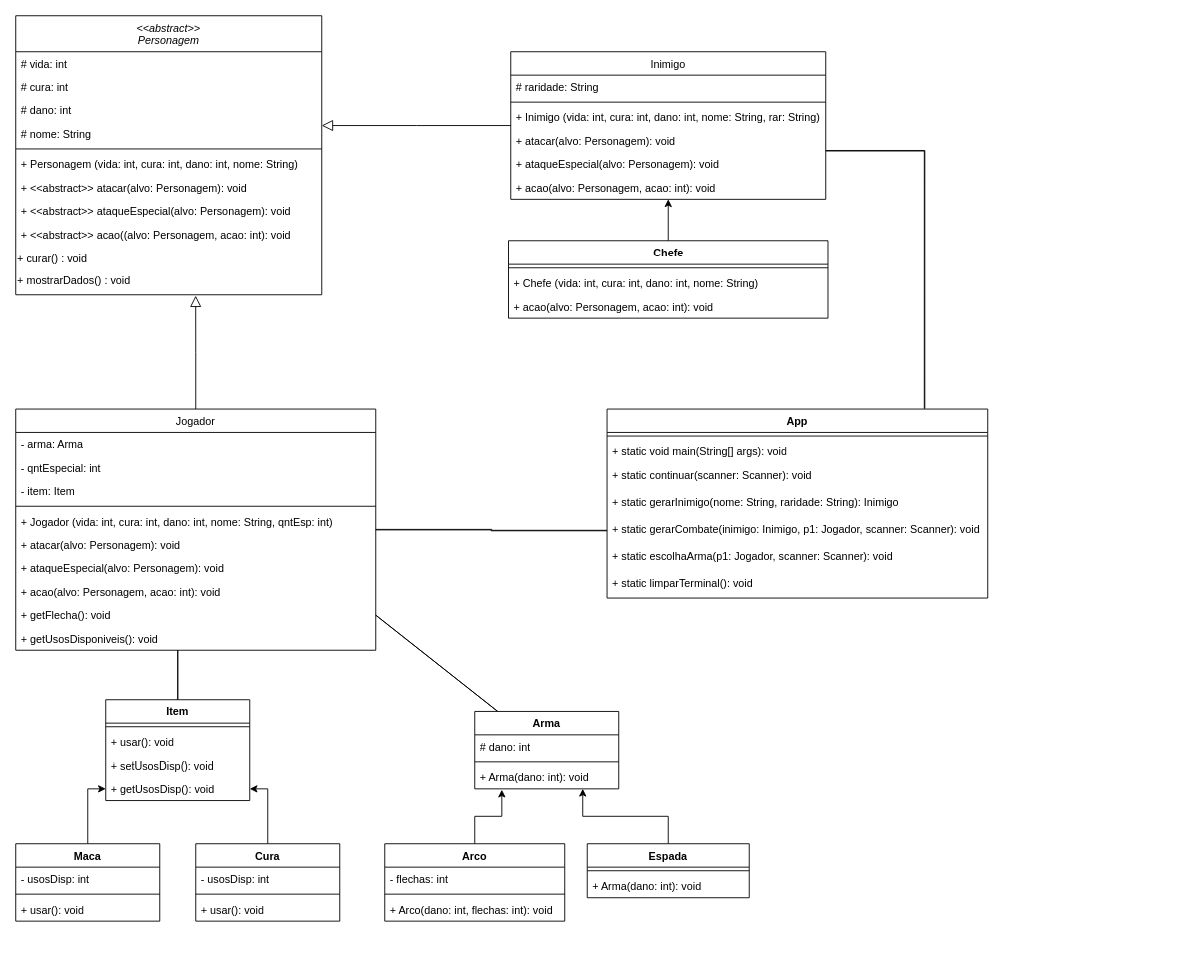
Above: Diagrama sem nome.drawio in RomyMartinez/provaDePOO (draw.io), before the change. Source tidied: cells renumbered, new cells numbered last; positions are measured from the earlier drawing's top-left corner, leaving out a move shared by most shapes. Both pictures are drawn from the tidied source at 90%, with x=0, y=0 at pixel (15, 15).
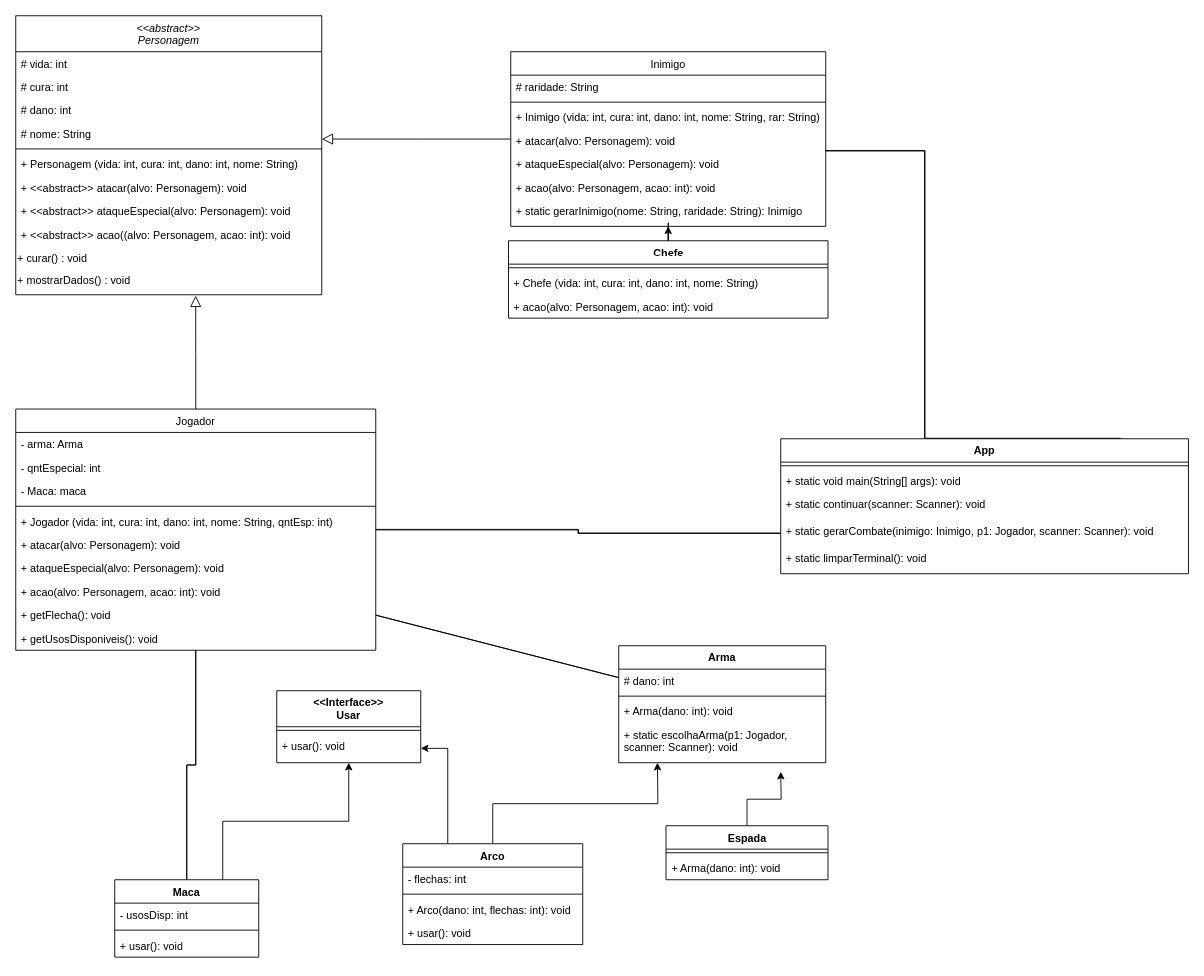
Above is the later version.

Unchanged cells that the change refers to:
```xml
<mxCell id="15" value="Jogador" style="swimlane;fontStyle=0;align=center;verticalAlign=top;horizontal=1;startSize=26;rounded=0;shadow=0;strokeWidth=1;" parent="1" vertex="1">
  <mxGeometry y="437" width="400" height="268" as="geometry" />
</mxCell>
<mxCell id="25" value="+ getUsosDisponiveis(): void" style="text;align=left;verticalAlign=top;spacingLeft=4;spacingRight=4;overflow=hidden;points=[[0,0.5],[1,0.5]];portConstraint=eastwest;" parent="15" vertex="1">
  <mxGeometry y="242" width="400" height="26" as="geometry" />
</mxCell>
```

The edit, as a diff of the source:
```diff
@@
-    <mxCell id="18" value="- item: Item&#10;" style="text;align=left;verticalAlign=top;spacingLeft=4;spacingRight=4;overflow=hidden;" parent="15" vertex="1">
+    <mxCell id="18" value="- Maca: maca&#10;" style="text;align=left;verticalAlign=top;spacingLeft=4;spacingRight=4;overflow=hidden;" parent="15" vertex="1">
       <mxGeometry y="78" width="400" height="26" as="geometry" />
     </mxCell>
@@
     <mxCell id="28" value="Inimigo" style="swimlane;fontStyle=0;align=center;verticalAlign=top;horizontal=1;startSize=26;rounded=0;shadow=0;strokeWidth=1;" parent="1" vertex="1">
-      <mxGeometry x="550" y="40" width="350" height="164" as="geometry" />
+      <mxGeometry x="550" y="40" width="350" height="194" as="geometry" />
     </mxCell>
@@
+    <mxCell id="75" value="+&amp;nbsp;static gerarInimigo(nome: String, raridade: String): Inimigo" style="text;strokeColor=none;fillColor=none;align=left;verticalAlign=top;spacingLeft=4;spacingRight=4;overflow=hidden;whiteSpace=wrap;html=1;" parent="28" vertex="1">
+      <mxGeometry y="164" width="350" height="30" as="geometry" />
+    </mxCell>
@@
     <mxCell id="37" value="Arma" style="swimlane;fontStyle=1;align=center;verticalAlign=top;horizontal=1;startSize=26;whiteSpace=wrap;html=1;" parent="1" vertex="1">
-      <mxGeometry x="510" y="773" width="160" height="86" as="geometry" />
+      <mxGeometry x="670" y="700" width="230" height="130" as="geometry" />
     </mxCell>
     <mxCell id="38" value="# dano: int" style="text;strokeColor=none;fillColor=none;align=left;verticalAlign=top;spacingLeft=4;spacingRight=4;overflow=hidden;whiteSpace=wrap;html=1;" parent="37" vertex="1">
-      <mxGeometry y="26" width="160" height="26" as="geometry" />
+      <mxGeometry y="26" width="230" height="26" as="geometry" />
     </mxCell>
     <mxCell id="39" style="line;strokeWidth=1;fillColor=none;align=left;verticalAlign=middle;spacingTop=-1;spacingLeft=3;spacingRight=3;labelPosition=right;strokeColor=inherit;" parent="37" vertex="1">
-      <mxGeometry y="52" width="160" height="8" as="geometry" />
+      <mxGeometry y="52" width="230" height="8" as="geometry" />
     </mxCell>
     <mxCell id="40" value="+ Arma(dano: int): void" style="text;strokeColor=none;fillColor=none;align=left;verticalAlign=top;spacingLeft=4;spacingRight=4;overflow=hidden;points=[[0,0.5],[1,0.5]];portConstraint=eastwest;whiteSpace=wrap;html=1;" parent="37" vertex="1">
-      <mxGeometry y="60" width="160" height="26" as="geometry" />
+      <mxGeometry y="60" width="230" height="26" as="geometry" />
     </mxCell>
+    <mxCell id="77" value="+&amp;nbsp;static escolhaArma(p1: Jogador, scanner: Scanner): void" style="text;strokeColor=none;fillColor=none;align=left;verticalAlign=top;spacingLeft=4;spacingRight=4;overflow=hidden;whiteSpace=wrap;html=1;" parent="37" vertex="1">
+      <mxGeometry y="86" width="230" height="44" as="geometry" />
+    </mxCell>
-    <mxCell id="41" style="edgeStyle=orthogonalEdgeStyle;rounded=0;jettySize=auto;html=1;exitX=0.5;exitY=0;exitDx=0;exitDy=0;entryX=0.188;entryY=1.038;entryDx=0;entryDy=0;entryPerimeter=0;" parent="1" edge="1" source="42" target="40">
-      <mxGeometry relative="1" as="geometry" />
+    <mxCell id="41" style="edgeStyle=orthogonalEdgeStyle;rounded=0;jettySize=auto;html=1;exitX=0.5;exitY=0;exitDx=0;exitDy=0;" parent="1" edge="1" source="42">
+      <mxGeometry relative="1" as="geometry">
+        <mxPoint x="713" y="830" as="targetPoint" />
+      </mxGeometry>
     </mxCell>
+    <mxCell id="79" style="edgeStyle=orthogonalEdgeStyle;rounded=0;jettySize=auto;html=1;exitX=0.25;exitY=0;exitDx=0;exitDy=0;entryX=1;entryY=0.5;entryDx=0;entryDy=0;" parent="1" edge="1" source="42" target="85">
+      <mxGeometry relative="1" as="geometry" />
+    </mxCell>
     <mxCell id="42" value="Arco" style="swimlane;fontStyle=1;align=center;verticalAlign=top;horizontal=1;startSize=26;whiteSpace=wrap;html=1;" parent="1" vertex="1">
-      <mxGeometry x="410" y="920" width="200" height="86" as="geometry" />
+      <mxGeometry x="430" y="920" width="200" height="112" as="geometry" />
     </mxCell>
@@
+    <mxCell id="80" value="+ usar(): void" style="text;strokeColor=none;fillColor=none;align=left;verticalAlign=top;spacingLeft=4;spacingRight=4;overflow=hidden;whiteSpace=wrap;html=1;" parent="42" vertex="1">
+      <mxGeometry y="86" width="200" height="26" as="geometry" />
+    </mxCell>
-    <mxCell id="46" style="edgeStyle=orthogonalEdgeStyle;rounded=0;jettySize=auto;html=1;entryX=0.75;entryY=1;entryDx=0;entryDy=0;" parent="1" edge="1" source="47" target="37">
-      <mxGeometry relative="1" as="geometry" />
+    <mxCell id="46" style="edgeStyle=orthogonalEdgeStyle;rounded=0;jettySize=auto;html=1;" parent="1" edge="1" source="47">
+      <mxGeometry relative="1" as="geometry">
+        <mxPoint x="850" y="840" as="targetPoint" />
+      </mxGeometry>
     </mxCell>
     <mxCell id="47" value="Espada" style="swimlane;fontStyle=1;align=center;verticalAlign=top;horizontal=1;startSize=26;whiteSpace=wrap;html=1;" parent="1" vertex="1">
-      <mxGeometry x="635" y="920" width="180" height="60" as="geometry" />
+      <mxGeometry x="722.5" y="900" width="180" height="60" as="geometry" />
     </mxCell>
@@
-    <mxCell id="55" value="Item" style="swimlane;fontStyle=1;align=center;verticalAlign=top;horizontal=1;startSize=26;whiteSpace=wrap;html=1;" parent="1" vertex="1">
-      <mxGeometry x="100" y="760" width="160" height="112" as="geometry" />
-    </mxCell>
-    <mxCell id="56" style="line;strokeWidth=1;fillColor=none;align=left;verticalAlign=middle;spacingTop=-1;spacingLeft=3;spacingRight=3;labelPosition=right;strokeColor=inherit;" parent="55" vertex="1">
-      <mxGeometry y="26" width="160" height="8" as="geometry" />
-    </mxCell>
-    <mxCell id="57" value="+ usar(): void" style="text;strokeColor=none;fillColor=none;align=left;verticalAlign=top;spacingLeft=4;spacingRight=4;overflow=hidden;whiteSpace=wrap;html=1;" parent="55" vertex="1">
-      <mxGeometry y="34" width="160" height="26" as="geometry" />
-    </mxCell>
-    <mxCell id="58" value="+ setUsosDisp(): void" style="text;strokeColor=none;fillColor=none;align=left;verticalAlign=top;spacingLeft=4;spacingRight=4;overflow=hidden;whiteSpace=wrap;html=1;" parent="55" vertex="1">
-      <mxGeometry y="60" width="160" height="26" as="geometry" />
-    </mxCell>
-    <mxCell id="59" value="+ getUsosDisp(): void" style="text;strokeColor=none;fillColor=none;align=left;verticalAlign=top;spacingLeft=4;spacingRight=4;overflow=hidden;points=[[0,0.5],[1,0.5]];portConstraint=eastwest;whiteSpace=wrap;html=1;" parent="55" vertex="1">
-      <mxGeometry y="86" width="160" height="26" as="geometry" />
-    </mxCell>
-    <mxCell id="60" style="edgeStyle=orthogonalEdgeStyle;rounded=0;jettySize=auto;html=1;entryX=0.45;entryY=1;entryDx=0;entryDy=0;entryPerimeter=0;shape=link;width=0;" parent="1" edge="1" source="55" target="25">
-      <mxGeometry relative="1" as="geometry" />
-    </mxCell>
-    <mxCell id="61" style="edgeStyle=orthogonalEdgeStyle;rounded=0;jettySize=auto;html=1;" parent="1" edge="1" source="62" target="59">
-      <mxGeometry relative="1" as="geometry" />
-    </mxCell>
+    <mxCell id="81" style="edgeStyle=orthogonalEdgeStyle;rounded=0;jettySize=auto;html=1;entryX=0.5;entryY=1;entryDx=0;entryDy=0;shape=link;width=0;" parent="1" edge="1" source="62" target="15">
+      <mxGeometry relative="1" as="geometry" />
+    </mxCell>
+    <mxCell id="82" style="edgeStyle=orthogonalEdgeStyle;rounded=0;jettySize=auto;html=1;exitX=0.75;exitY=0;exitDx=0;exitDy=0;entryX=0.5;entryY=1;entryDx=0;entryDy=0;" parent="1" edge="1" source="62" target="83">
+      <mxGeometry relative="1" as="geometry" />
+    </mxCell>
     <mxCell id="62" value="Maca" style="swimlane;fontStyle=1;align=center;verticalAlign=top;horizontal=1;startSize=26;whiteSpace=wrap;html=1;" parent="1" vertex="1">
-      <mxGeometry y="920" width="160" height="86" as="geometry" />
+      <mxGeometry x="110" y="960" width="160" height="86" as="geometry" />
     </mxCell>
@@
-    <mxCell id="66" style="edgeStyle=orthogonalEdgeStyle;rounded=0;jettySize=auto;html=1;" parent="1" edge="1" source="67" target="59">
-      <mxGeometry relative="1" as="geometry" />
-    </mxCell>
-    <mxCell id="67" value="Cura" style="swimlane;fontStyle=1;align=center;verticalAlign=top;horizontal=1;startSize=26;whiteSpace=wrap;html=1;" parent="1" vertex="1">
-      <mxGeometry x="200" y="920" width="160" height="86" as="geometry" />
-    </mxCell>
-    <mxCell id="68" value="- usosDisp: int" style="text;strokeColor=none;fillColor=none;align=left;verticalAlign=top;spacingLeft=4;spacingRight=4;overflow=hidden;whiteSpace=wrap;html=1;" parent="67" vertex="1">
-      <mxGeometry y="26" width="160" height="26" as="geometry" />
-    </mxCell>
-    <mxCell id="69" style="line;strokeWidth=1;fillColor=none;align=left;verticalAlign=middle;spacingTop=-1;spacingLeft=3;spacingRight=3;labelPosition=right;strokeColor=inherit;" parent="67" vertex="1">
-      <mxGeometry y="52" width="160" height="8" as="geometry" />
-    </mxCell>
-    <mxCell id="70" value="+ usar(): void" style="text;strokeColor=none;fillColor=none;align=left;verticalAlign=top;spacingLeft=4;spacingRight=4;overflow=hidden;whiteSpace=wrap;html=1;" parent="67" vertex="1">
-      <mxGeometry y="60" width="160" height="26" as="geometry" />
-    </mxCell>
     <mxCell id="71" value="App" style="swimlane;fontStyle=1;align=center;verticalAlign=top;horizontal=1;startSize=26;whiteSpace=wrap;html=1;" parent="1" vertex="1">
-      <mxGeometry x="657" y="437" width="423" height="210" as="geometry" />
+      <mxGeometry x="850" y="470" width="453" height="150" as="geometry" />
     </mxCell>
     <mxCell id="72" style="line;strokeWidth=1;fillColor=none;align=left;verticalAlign=middle;spacingTop=-1;spacingLeft=3;spacingRight=3;labelPosition=right;strokeColor=inherit;" parent="71" vertex="1">
-      <mxGeometry y="26" width="423" height="8" as="geometry" />
+      <mxGeometry y="26" width="453" height="8" as="geometry" />
     </mxCell>
     <mxCell id="73" value="+&amp;nbsp;static void main(String[] args): void" style="text;strokeColor=none;fillColor=none;align=left;verticalAlign=top;spacingLeft=4;spacingRight=4;overflow=hidden;whiteSpace=wrap;html=1;" parent="71" vertex="1">
-      <mxGeometry y="34" width="423" height="26" as="geometry" />
+      <mxGeometry y="34" width="453" height="26" as="geometry" />
     </mxCell>
     <mxCell id="74" value="+&amp;nbsp;static continuar(scanner: Scanner): void" style="text;strokeColor=none;fillColor=none;align=left;verticalAlign=top;spacingLeft=4;spacingRight=4;overflow=hidden;whiteSpace=wrap;html=1;" parent="71" vertex="1">
-      <mxGeometry y="60" width="423" height="30" as="geometry" />
+      <mxGeometry y="60" width="453" height="30" as="geometry" />
     </mxCell>
-    <mxCell id="75" value="+&amp;nbsp;static gerarInimigo(nome: String, raridade: String): Inimigo" style="text;strokeColor=none;fillColor=none;align=left;verticalAlign=top;spacingLeft=4;spacingRight=4;overflow=hidden;whiteSpace=wrap;html=1;" parent="71" vertex="1">
-      <mxGeometry y="90" width="423" height="30" as="geometry" />
-    </mxCell>
     <mxCell id="76" value="+&amp;nbsp;static gerarCombate(inimigo: Inimigo, p1: Jogador, scanner: Scanner): void" style="text;strokeColor=none;fillColor=none;align=left;verticalAlign=top;spacingLeft=4;spacingRight=4;overflow=hidden;points=[[0,0.5],[1,0.5]];portConstraint=eastwest;whiteSpace=wrap;html=1;" parent="71" vertex="1">
-      <mxGeometry y="120" width="423" height="30" as="geometry" />
+      <mxGeometry y="90" width="453" height="30" as="geometry" />
     </mxCell>
-    <mxCell id="77" value="+&amp;nbsp;static escolhaArma(p1: Jogador, scanner: Scanner): void" style="text;strokeColor=none;fillColor=none;align=left;verticalAlign=top;spacingLeft=4;spacingRight=4;overflow=hidden;whiteSpace=wrap;html=1;" parent="71" vertex="1">
-      <mxGeometry y="150" width="423" height="30" as="geometry" />
-    </mxCell>
     <mxCell id="78" value="+&amp;nbsp;static limparTerminal(): void" style="text;strokeColor=none;fillColor=none;align=left;verticalAlign=top;spacingLeft=4;spacingRight=4;overflow=hidden;whiteSpace=wrap;html=1;" parent="71" vertex="1">
-      <mxGeometry y="180" width="423" height="30" as="geometry" />
+      <mxGeometry y="120" width="453" height="30" as="geometry" />
     </mxCell>
+    <mxCell id="83" value="&lt;div&gt;&amp;lt;&amp;lt;Interface&amp;gt;&amp;gt;&lt;br&gt;&lt;/div&gt;&lt;div&gt;Usar&lt;br&gt;&lt;/div&gt;" style="swimlane;fontStyle=1;align=center;verticalAlign=top;horizontal=1;startSize=40;whiteSpace=wrap;html=1;" parent="1" vertex="1">
+      <mxGeometry x="290" y="750" width="160" height="80" as="geometry" />
+    </mxCell>
+    <mxCell id="84" style="line;strokeWidth=1;fillColor=none;align=left;verticalAlign=middle;spacingTop=-1;spacingLeft=3;spacingRight=3;labelPosition=right;strokeColor=inherit;" parent="83" vertex="1">
+      <mxGeometry y="40" width="160" height="8" as="geometry" />
+    </mxCell>
+    <mxCell id="85" value="+ usar(): void" style="text;strokeColor=none;fillColor=none;align=left;verticalAlign=top;spacingLeft=4;spacingRight=4;overflow=hidden;points=[[0,0.5],[1,0.5]];portConstraint=eastwest;whiteSpace=wrap;html=1;" parent="83" vertex="1">
+      <mxGeometry y="48" width="160" height="32" as="geometry" />
+    </mxCell>
```
